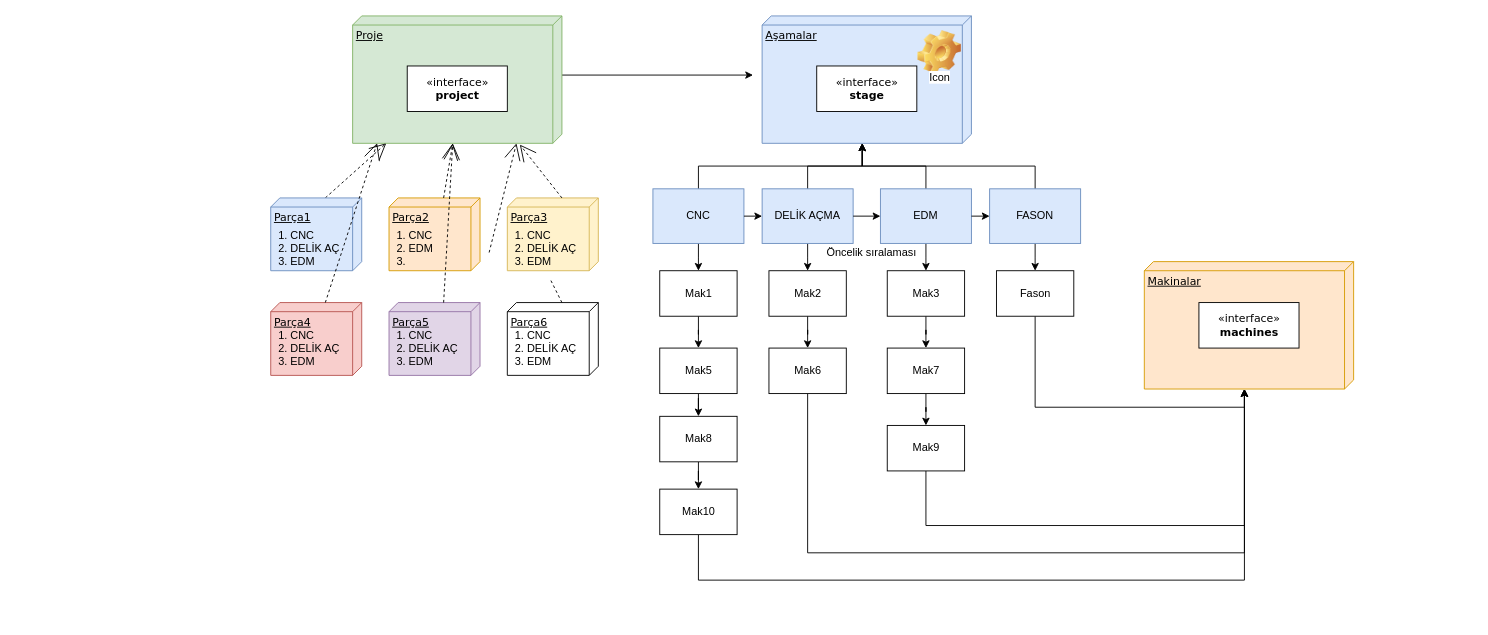
Earlier version of the draw.io diagram Untitled Diagram.drawio (aygunoz/Angular-Plannig-App-All-Frontend). Source tidied: cells renumbered, new cells numbered last; positions are measured from the earlier drawing's top-left corner, leaving out a move shared by most shapes. Both pictures are drawn from the tidied source at 91%, with x=0, y=0 at pixel (252, 15).
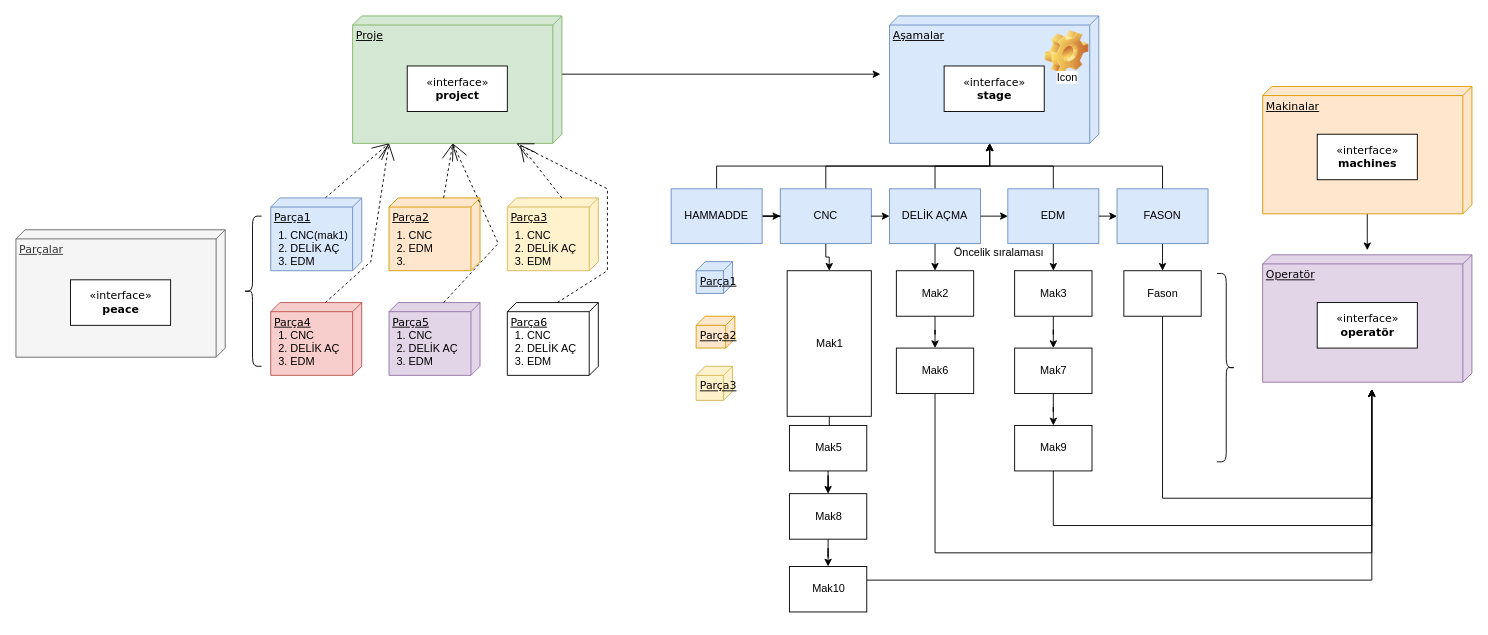
Above is the later version.

The change refers to these unchanged cells:
```xml
<mxCell id="3" value="Proje" style="verticalAlign=top;align=left;spacingTop=8;spacingLeft=2;spacingRight=12;shape=cube;size=10;direction=south;fontStyle=4;html=1;rounded=0;shadow=0;comic=0;labelBackgroundColor=none;strokeWidth=1;fontFamily=Verdana;fontSize=12;fillColor=#d5e8d4;strokeColor=#82b366;" parent="1" vertex="1">
  <mxGeometry x="110" width="230" height="140" as="geometry" />
</mxCell>
<mxCell id="6" value="&lt;div&gt;Parça1&lt;/div&gt;&lt;div&gt;&lt;pre&gt;&lt;br&gt;&lt;/pre&gt;&lt;/div&gt;" style="verticalAlign=top;align=left;spacingTop=8;spacingLeft=2;spacingRight=12;shape=cube;size=10;direction=south;fontStyle=4;html=1;rounded=0;shadow=0;comic=0;labelBackgroundColor=none;strokeWidth=1;fontFamily=Verdana;fontSize=12;fillColor=#dae8fc;strokeColor=#6c8ebf;" parent="1" vertex="1">
  <mxGeometry x="20" y="200" width="100" height="80" as="geometry" />
</mxCell>
<mxCell id="9" value="Parça4" style="verticalAlign=top;align=left;spacingTop=8;spacingLeft=2;spacingRight=12;shape=cube;size=10;direction=south;fontStyle=4;html=1;rounded=0;shadow=0;comic=0;labelBackgroundColor=none;strokeWidth=1;fontFamily=Verdana;fontSize=12;fillColor=#f8cecc;strokeColor=#b85450;" parent="1" vertex="1">
  <mxGeometry x="20" y="315" width="100" height="80" as="geometry" />
</mxCell>
<mxCell id="10" value="Parça5" style="verticalAlign=top;align=left;spacingTop=8;spacingLeft=2;spacingRight=12;shape=cube;size=10;direction=south;fontStyle=4;html=1;rounded=0;shadow=0;comic=0;labelBackgroundColor=none;strokeWidth=1;fontFamily=Verdana;fontSize=12;fillColor=#e1d5e7;strokeColor=#9673a6;" parent="1" vertex="1">
  <mxGeometry x="150" y="315" width="100" height="80" as="geometry" />
</mxCell>
<mxCell id="11" value="Parça6" style="verticalAlign=top;align=left;spacingTop=8;spacingLeft=2;spacingRight=12;shape=cube;size=10;direction=south;fontStyle=4;html=1;rounded=0;shadow=0;comic=0;labelBackgroundColor=none;strokeWidth=1;fontFamily=Verdana;fontSize=12;fillColor=none;" parent="1" vertex="1">
  <mxGeometry x="280" y="315" width="100" height="80" as="geometry" />
</mxCell>
<mxCell id="60" value="&lt;ol&gt;&lt;li&gt;CNC&lt;/li&gt;&lt;li&gt;DELİK AÇ&lt;br&gt;&lt;/li&gt;&lt;li&gt;EDM&lt;br&gt;&lt;/li&gt;&lt;/ol&gt;" style="text;strokeColor=none;fillColor=none;html=1;whiteSpace=wrap;verticalAlign=middle;overflow=hidden;" parent="1" vertex="1">
  <mxGeometry x="260" y="220" width="100" height="70" as="geometry" />
</mxCell>
```

The edit, as a diff of the source:
```diff
@@
     <mxCell id="2" style="edgeStyle=elbowEdgeStyle;rounded=0;jettySize=auto;elbow=vertical;html=1;exitX=0;exitY=0;exitDx=65;exitDy=0;exitPerimeter=0;" parent="1" edge="1" source="3">
       <mxGeometry relative="1" as="geometry">
-        <mxPoint x="550" y="64.4" as="targetPoint" />
+        <mxPoint x="690" y="64" as="targetPoint" />
+        <Array as="points">
+          <mxPoint x="610" y="64" />
+        </Array>
       </mxGeometry>
     </mxCell>
@@
-    <mxCell id="5" style="edgeStyle=none;rounded=0;html=1;dashed=1;labelBackgroundColor=none;startArrow=none;startFill=0;startSize=8;endArrow=open;endFill=0;endSize=16;fontFamily=Verdana;fontSize=12;exitX=0;exitY=0;exitDx=0;exitDy=40;exitPerimeter=0;" parent="1" edge="1" source="6" target="3">
-      <mxGeometry relative="1" as="geometry" />
+    <mxCell id="5" style="edgeStyle=none;rounded=0;html=1;dashed=1;labelBackgroundColor=none;startArrow=none;startFill=0;startSize=8;endArrow=open;endFill=0;endSize=16;fontFamily=Verdana;fontSize=12;exitX=0;exitY=0;exitDx=0;exitDy=40;exitPerimeter=0;" parent="1" edge="1" source="6">
+      <mxGeometry relative="1" as="geometry">
+        <mxPoint x="150" y="140" as="targetPoint" />
+      </mxGeometry>
     </mxCell>
@@
-    <mxCell id="14" style="edgeStyle=none;rounded=0;html=1;dashed=1;labelBackgroundColor=none;startArrow=none;startFill=0;startSize=8;endArrow=open;endFill=0;endSize=16;fontFamily=Verdana;fontSize=12;exitX=0;exitY=0;exitDx=0;exitDy=40;exitPerimeter=0;entryX=0.998;entryY=0.883;entryDx=0;entryDy=0;entryPerimeter=0;" parent="1" edge="1" source="9" target="3">
-      <mxGeometry relative="1" as="geometry" />
+    <mxCell id="14" style="edgeStyle=none;rounded=0;html=1;dashed=1;labelBackgroundColor=none;startArrow=none;startFill=0;startSize=8;endArrow=open;endFill=0;endSize=16;fontFamily=Verdana;fontSize=12;exitX=0;exitY=0;exitDx=0;exitDy=40;exitPerimeter=0;" parent="1" edge="1" source="9">
+      <mxGeometry relative="1" as="geometry">
+        <mxPoint x="150" y="140" as="targetPoint" />
+        <Array as="points">
+          <mxPoint x="130" y="270" />
+        </Array>
+      </mxGeometry>
     </mxCell>
     <mxCell id="15" style="edgeStyle=none;rounded=0;html=1;dashed=1;labelBackgroundColor=none;startArrow=none;startFill=0;startSize=8;endArrow=open;endFill=0;endSize=16;fontFamily=Verdana;fontSize=12;exitX=0;exitY=0;exitDx=0;exitDy=40;exitPerimeter=0;entryX=0;entryY=0;entryDx=140;entryDy=120;entryPerimeter=0;" parent="1" edge="1" source="10" target="3">
-      <mxGeometry relative="1" as="geometry" />
+      <mxGeometry relative="1" as="geometry">
+        <Array as="points">
+          <mxPoint x="270" y="250" />
+        </Array>
+      </mxGeometry>
     </mxCell>
-    <mxCell id="16" style="edgeStyle=none;rounded=0;html=1;dashed=1;labelBackgroundColor=none;startArrow=none;startFill=0;startSize=8;endArrow=open;endFill=0;endSize=16;fontFamily=Verdana;fontSize=12;exitX=0;exitY=0;exitDx=0;exitDy=40;exitPerimeter=0;" parent="1" edge="1" source="60">
+    <mxCell id="16" style="edgeStyle=none;rounded=0;html=1;dashed=1;labelBackgroundColor=none;startArrow=none;startFill=0;startSize=8;endArrow=open;endFill=0;endSize=16;fontFamily=Verdana;fontSize=12;exitX=0;exitY=0;exitDx=0;exitDy=45;exitPerimeter=0;" parent="1" edge="1" source="11">
       <mxGeometry relative="1" as="geometry">
         <mxPoint x="290" y="140" as="targetPoint" />
+        <Array as="points">
+          <mxPoint x="390" y="280" />
+          <mxPoint x="390" y="190" />
+        </Array>
       </mxGeometry>
     </mxCell>
     <mxCell id="17" value="Aşamalar" style="verticalAlign=top;align=left;spacingTop=8;spacingLeft=2;spacingRight=12;shape=cube;size=10;direction=south;fontStyle=4;html=1;rounded=0;shadow=0;comic=0;labelBackgroundColor=none;strokeWidth=1;fontFamily=Verdana;fontSize=12;fillColor=#dae8fc;strokeColor=#6c8ebf;" parent="1" vertex="1">
-      <mxGeometry x="560" width="230" height="140" as="geometry" />
+      <mxGeometry x="700" width="230" height="140" as="geometry" />
     </mxCell>
     <mxCell id="18" value="&lt;div&gt;«interface»&lt;b&gt;&lt;br&gt;&lt;/b&gt;&lt;/div&gt;&lt;div&gt;&lt;b&gt;stage&lt;/b&gt;&lt;/div&gt;" style="html=1;rounded=0;shadow=0;comic=0;labelBackgroundColor=none;strokeWidth=1;fontFamily=Verdana;fontSize=12;align=center;" parent="1" vertex="1">
-      <mxGeometry x="620" y="55" width="110" height="50" as="geometry" />
+      <mxGeometry x="760" y="55" width="110" height="50" as="geometry" />
     </mxCell>
     <mxCell id="19" value="Icon" style="icon;html=1;image=img/clipart/Gear_128x128.png;" parent="1" vertex="1">
-      <mxGeometry x="750" y="30" width="10" height="20" as="geometry" />
+      <mxGeometry x="890" y="30" width="10" height="20" as="geometry" />
     </mxCell>
@@
     <mxCell id="22" value="CNC" style="whiteSpace=wrap;html=1;align=center;verticalAlign=middle;fillColor=#dae8fc;strokeColor=#6c8ebf;" parent="1" vertex="1">
-      <mxGeometry x="440" y="190" width="100" height="60" as="geometry" />
+      <mxGeometry x="580" y="190" width="100" height="60" as="geometry" />
     </mxCell>
@@
     <mxCell id="25" value="DELİK AÇMA" style="whiteSpace=wrap;html=1;align=center;verticalAlign=middle;fillColor=#dae8fc;strokeColor=#6c8ebf;" parent="1" vertex="1">
-      <mxGeometry x="560" y="190" width="100" height="60" as="geometry" />
+      <mxGeometry x="700" y="190" width="100" height="60" as="geometry" />
     </mxCell>
@@
     <mxCell id="28" value="EDM" style="whiteSpace=wrap;html=1;align=center;verticalAlign=middle;fillColor=#dae8fc;strokeColor=#6c8ebf;" parent="1" vertex="1">
-      <mxGeometry x="690" y="190" width="100" height="60" as="geometry" />
+      <mxGeometry x="830" y="190" width="100" height="60" as="geometry" />
     </mxCell>
@@
     <mxCell id="31" value="FASON" style="whiteSpace=wrap;html=1;align=center;verticalAlign=middle;fillColor=#dae8fc;strokeColor=#6c8ebf;" parent="1" vertex="1">
-      <mxGeometry x="810" y="190" width="100" height="60" as="geometry" />
+      <mxGeometry x="950" y="190" width="100" height="60" as="geometry" />
     </mxCell>
@@
     <mxCell id="34" style="endArrow=classic;html=1;rounded=0;exitX=1;exitY=0.5;exitDx=0;exitDy=0;" parent="1" edge="1" source="28">
       <mxGeometry relative="1" as="geometry">
-        <mxPoint x="810" y="220" as="targetPoint" />
+        <mxPoint x="950" y="220" as="targetPoint" />
       </mxGeometry>
     </mxCell>
     <mxCell id="35" value="Öncelik sıralaması" style="text;html=1;align=center;verticalAlign=middle;strokeColor=none;fillColor=none;" parent="1" vertex="1">
-      <mxGeometry x="620" y="250" width="120" height="20" as="geometry" />
+      <mxGeometry x="760" y="250" width="120" height="20" as="geometry" />
     </mxCell>
+    <mxCell id="65" style="edgeStyle=orthogonalEdgeStyle;rounded=0;jettySize=auto;html=1;" parent="1" edge="1" source="36">
+      <mxGeometry relative="1" as="geometry">
+        <mxPoint x="1225" y="257.5" as="targetPoint" />
+      </mxGeometry>
+    </mxCell>
     <mxCell id="36" value="Makinalar" style="verticalAlign=top;align=left;spacingTop=8;spacingLeft=2;spacingRight=12;shape=cube;size=10;direction=south;fontStyle=4;html=1;rounded=0;shadow=0;comic=0;labelBackgroundColor=none;strokeWidth=1;fontFamily=Verdana;fontSize=12;fillColor=#ffe6cc;strokeColor=#d79b00;" parent="1" vertex="1">
-      <mxGeometry x="980" y="270" width="230" height="140" as="geometry" />
+      <mxGeometry x="1110" y="77.5" width="230" height="140" as="geometry" />
     </mxCell>
     <mxCell id="37" value="&lt;div&gt;«interface»&lt;b&gt;&lt;br&gt;&lt;/b&gt;&lt;/div&gt;&lt;div&gt;&lt;b&gt;machines&lt;/b&gt;&lt;/div&gt;" style="html=1;rounded=0;shadow=0;comic=0;labelBackgroundColor=none;strokeWidth=1;fontFamily=Verdana;fontSize=12;align=center;" parent="1" vertex="1">
-      <mxGeometry x="1040" y="315" width="110" height="50" as="geometry" />
+      <mxGeometry x="1170" y="130" width="110" height="50" as="geometry" />
     </mxCell>
@@
     <mxCell id="39" value="Mak1" style="html=1;" parent="1" vertex="1">
-      <mxGeometry x="447.5" y="280" width="85" height="50" as="geometry" />
+      <mxGeometry x="587.5" y="280" width="92.5" height="160" as="geometry" />
     </mxCell>
@@
     <mxCell id="41" value="Mak2" style="html=1;" parent="1" vertex="1">
-      <mxGeometry x="567.5" y="280" width="85" height="50" as="geometry" />
+      <mxGeometry x="707.5" y="280" width="85" height="50" as="geometry" />
     </mxCell>
@@
     <mxCell id="43" value="Mak3" style="html=1;" parent="1" vertex="1">
-      <mxGeometry x="697.5" y="280" width="85" height="50" as="geometry" />
+      <mxGeometry x="837.5" y="280" width="85" height="50" as="geometry" />
     </mxCell>
-    <mxCell id="44" style="edgeStyle=orthogonalEdgeStyle;rounded=0;jettySize=auto;html=1;exitX=0.5;exitY=1;exitDx=0;exitDy=0;entryX=0;entryY=0;entryDx=140;entryDy=120;entryPerimeter=0;" parent="1" edge="1" source="45" target="36">
-      <mxGeometry relative="1" as="geometry" />
+    <mxCell id="44" style="edgeStyle=orthogonalEdgeStyle;rounded=0;jettySize=auto;html=1;exitX=0.5;exitY=1;exitDx=0;exitDy=0;entryX=0;entryY=0;entryDx=140;entryDy=120;entryPerimeter=0;" parent="1" edge="1" source="45">
+      <mxGeometry relative="1" as="geometry">
+        <mxPoint x="1230" y="410" as="targetPoint" />
+        <Array as="points">
+          <mxPoint x="1000" y="530" />
+          <mxPoint x="1230" y="530" />
+        </Array>
+      </mxGeometry>
     </mxCell>
     <mxCell id="45" value="Fason" style="html=1;" parent="1" vertex="1">
-      <mxGeometry x="817.5" y="280" width="85" height="50" as="geometry" />
+      <mxGeometry x="957.5" y="280" width="85" height="50" as="geometry" />
     </mxCell>
-    <mxCell id="46" style="rounded=0;jettySize=auto;html=1;exitX=0.5;exitY=1;exitDx=0;exitDy=0;edgeStyle=elbowEdgeStyle;elbow=vertical;entryX=0;entryY=0;entryDx=140;entryDy=120;entryPerimeter=0;" parent="1" edge="1" source="47" target="36">
+    <mxCell id="46" style="rounded=0;jettySize=auto;html=1;exitX=0.5;exitY=1;exitDx=0;exitDy=0;edgeStyle=elbowEdgeStyle;elbow=vertical;entryX=0;entryY=0;entryDx=140;entryDy=120;entryPerimeter=0;" parent="1" edge="1" source="47">
       <mxGeometry relative="1" as="geometry">
+        <mxPoint x="1230" y="410" as="targetPoint" />
         <Array as="points">
-          <mxPoint x="800" y="590" />
-          <mxPoint x="860" y="630" />
-          <mxPoint x="850" y="600" />
+          <mxPoint x="940" y="590" />
+          <mxPoint x="1000" y="630" />
+          <mxPoint x="990" y="600" />
         </Array>
       </mxGeometry>
     </mxCell>
     <mxCell id="47" value="Mak6" style="html=1;" parent="1" vertex="1">
-      <mxGeometry x="567.5" y="365" width="85" height="50" as="geometry" />
+      <mxGeometry x="707.5" y="365" width="85" height="50" as="geometry" />
     </mxCell>
@@
     <mxCell id="49" value="Mak5" style="html=1;" parent="1" vertex="1">
-      <mxGeometry x="447.5" y="365" width="85" height="50" as="geometry" />
+      <mxGeometry x="590" y="450" width="85" height="50" as="geometry" />
     </mxCell>
@@
     <mxCell id="51" value="Mak8" style="html=1;" parent="1" vertex="1">
-      <mxGeometry x="447.5" y="440" width="85" height="50" as="geometry" />
+      <mxGeometry x="590" y="525" width="85" height="50" as="geometry" />
     </mxCell>
-    <mxCell id="52" style="edgeStyle=elbowEdgeStyle;rounded=0;jettySize=auto;elbow=vertical;html=1;exitX=0.5;exitY=1;exitDx=0;exitDy=0;entryX=0;entryY=0;entryDx=140;entryDy=120;entryPerimeter=0;" parent="1" edge="1" source="53" target="36">
+    <mxCell id="52" style="edgeStyle=elbowEdgeStyle;rounded=0;jettySize=auto;elbow=vertical;html=1;exitX=0.5;exitY=1;exitDx=0;exitDy=0;entryX=0;entryY=0;entryDx=140;entryDy=120;entryPerimeter=0;" parent="1" edge="1" source="53">
       <mxGeometry relative="1" as="geometry">
+        <mxPoint x="1230" y="410" as="targetPoint" />
         <Array as="points">
-          <mxPoint x="780" y="620" />
-          <mxPoint x="780" y="700" />
+          <mxPoint x="920" y="620" />
+          <mxPoint x="920" y="700" />
         </Array>
       </mxGeometry>
     </mxCell>
     <mxCell id="53" value="Mak10" style="html=1;" parent="1" vertex="1">
-      <mxGeometry x="447.5" y="520" width="85" height="50" as="geometry" />
+      <mxGeometry x="590" y="605" width="85" height="50" as="geometry" />
     </mxCell>
@@
     <mxCell id="55" value="Mak7" style="html=1;" parent="1" vertex="1">
-      <mxGeometry x="697.5" y="365" width="85" height="50" as="geometry" />
+      <mxGeometry x="837.5" y="365" width="85" height="50" as="geometry" />
     </mxCell>
-    <mxCell id="56" style="edgeStyle=orthogonalEdgeStyle;rounded=0;jettySize=auto;html=1;exitX=0.5;exitY=1;exitDx=0;exitDy=0;entryX=0;entryY=0;entryDx=140;entryDy=120;entryPerimeter=0;" parent="1" edge="1" source="57" target="36">
+    <mxCell id="56" style="edgeStyle=orthogonalEdgeStyle;rounded=0;jettySize=auto;html=1;exitX=0.5;exitY=1;exitDx=0;exitDy=0;entryX=0;entryY=0;entryDx=140;entryDy=120;entryPerimeter=0;" parent="1" edge="1" source="57">
       <mxGeometry relative="1" as="geometry">
+        <mxPoint x="1230" y="410" as="targetPoint" />
         <Array as="points">
-          <mxPoint x="740" y="560" />
-          <mxPoint x="1090" y="560" />
+          <mxPoint x="880" y="560" />
+          <mxPoint x="1230" y="560" />
         </Array>
       </mxGeometry>
     </mxCell>
     <mxCell id="57" value="Mak9" style="html=1;" parent="1" vertex="1">
-      <mxGeometry x="697.5" y="450" width="85" height="50" as="geometry" />
+      <mxGeometry x="837.5" y="450" width="85" height="50" as="geometry" />
     </mxCell>
-    <mxCell id="58" value="&lt;ol&gt;&lt;li&gt;CNC&lt;/li&gt;&lt;li&gt;DELİK AÇ&lt;br&gt;&lt;/li&gt;&lt;li&gt;EDM&lt;br&gt;&lt;/li&gt;&lt;/ol&gt;" style="text;strokeColor=none;fillColor=none;html=1;whiteSpace=wrap;verticalAlign=middle;overflow=hidden;" parent="1" vertex="1">
-      <mxGeometry y="220" width="100" height="70" as="geometry" />
+    <mxCell id="58" value="&lt;ol&gt;&lt;li&gt;CNC(mak1)&lt;/li&gt;&lt;li&gt;DELİK AÇ&lt;br&gt;&lt;/li&gt;&lt;li&gt;EDM&lt;br&gt;&lt;/li&gt;&lt;/ol&gt;" style="text;strokeColor=none;fillColor=none;html=1;whiteSpace=wrap;verticalAlign=middle;overflow=hidden;" parent="1" vertex="1">
+      <mxGeometry y="220" width="110" height="70" as="geometry" />
     </mxCell>
@@
-    <mxCell id="61" style="edgeStyle=none;rounded=0;html=1;dashed=1;labelBackgroundColor=none;startArrow=none;startFill=0;startSize=8;endArrow=none;endFill=0;endSize=16;fontFamily=Verdana;fontSize=12;exitX=0;exitY=0;exitDx=0;exitDy=40;exitPerimeter=0;" parent="1" edge="1" source="11" target="60">
-      <mxGeometry relative="1" as="geometry" />
-    </mxCell>
@@
+    <mxCell id="66" style="shape=curlyBracket;whiteSpace=wrap;html=1;rounded=1;" parent="1" vertex="1">
+      <mxGeometry x="-10" y="220" width="20" height="165" as="geometry" />
+    </mxCell>
+    <mxCell id="67" value="Parçalar" style="verticalAlign=top;align=left;spacingTop=8;spacingLeft=2;spacingRight=12;shape=cube;size=10;direction=south;fontStyle=4;html=1;rounded=0;shadow=0;comic=0;labelBackgroundColor=none;strokeWidth=1;fontFamily=Verdana;fontSize=12;fillColor=#f5f5f5;strokeColor=#666666;fontColor=#333333;" parent="1" vertex="1">
+      <mxGeometry x="-260" y="235" width="230" height="140" as="geometry" />
+    </mxCell>
+    <mxCell id="68" value="&lt;div&gt;«interface»&lt;b&gt;&lt;br&gt;&lt;/b&gt;&lt;/div&gt;&lt;div&gt;&lt;b&gt;peace&lt;/b&gt;&lt;/div&gt;" style="html=1;rounded=0;shadow=0;comic=0;labelBackgroundColor=none;strokeWidth=1;fontFamily=Verdana;fontSize=12;align=center;" parent="1" vertex="1">
+      <mxGeometry x="-200" y="290" width="110" height="50" as="geometry" />
+    </mxCell>
+    <mxCell id="69" value="&lt;div&gt;Parça1&lt;/div&gt;&lt;div&gt;&lt;pre&gt;&lt;br&gt;&lt;/pre&gt;&lt;/div&gt;" style="verticalAlign=top;align=left;spacingTop=8;spacingLeft=2;spacingRight=12;shape=cube;size=10;direction=south;fontStyle=4;html=1;rounded=0;shadow=0;comic=0;labelBackgroundColor=none;strokeWidth=1;fontFamily=Verdana;fontSize=12;fillColor=#dae8fc;strokeColor=#6c8ebf;" parent="1" vertex="1">
+      <mxGeometry x="487.5" y="270" width="40" height="35" as="geometry" />
+    </mxCell>
+    <mxCell id="70" value="Parça2" style="verticalAlign=top;align=left;spacingTop=8;spacingLeft=2;spacingRight=12;shape=cube;size=10;direction=south;fontStyle=4;html=1;rounded=0;shadow=0;comic=0;labelBackgroundColor=none;strokeWidth=1;fontFamily=Verdana;fontSize=12;fillColor=#ffe6cc;strokeColor=#d79b00;" parent="1" vertex="1">
+      <mxGeometry x="487.5" y="330" width="42.5" height="35" as="geometry" />
+    </mxCell>
+    <mxCell id="71" style="edgeStyle=orthogonalEdgeStyle;rounded=0;jettySize=auto;html=1;entryX=0;entryY=0.5;entryDx=0;entryDy=0;" parent="1" edge="1" source="73" target="22">
+      <mxGeometry relative="1" as="geometry" />
+    </mxCell>
+    <mxCell id="72" style="edgeStyle=orthogonalEdgeStyle;rounded=0;jettySize=auto;html=1;exitX=0.5;exitY=0;exitDx=0;exitDy=0;entryX=0;entryY=0;entryDx=140;entryDy=120.00000000000001;entryPerimeter=0;" parent="1" edge="1" source="73" target="17">
+      <mxGeometry relative="1" as="geometry" />
+    </mxCell>
+    <mxCell id="73" value="HAMMADDE" style="whiteSpace=wrap;html=1;align=center;verticalAlign=middle;fillColor=#dae8fc;strokeColor=#6c8ebf;" parent="1" vertex="1">
+      <mxGeometry x="460" y="190" width="100" height="60" as="geometry" />
+    </mxCell>
+    <mxCell id="74" value="Operatör" style="verticalAlign=top;align=left;spacingTop=8;spacingLeft=2;spacingRight=12;shape=cube;size=10;direction=south;fontStyle=4;html=1;rounded=0;shadow=0;comic=0;labelBackgroundColor=none;strokeWidth=1;fontFamily=Verdana;fontSize=12;fillColor=#e1d5e7;strokeColor=#9673a6;" parent="1" vertex="1">
+      <mxGeometry x="1110" y="262.5" width="230" height="140" as="geometry" />
+    </mxCell>
+    <mxCell id="75" style="shape=curlyBracket;whiteSpace=wrap;html=1;rounded=1;flipH=1;" parent="1" vertex="1">
+      <mxGeometry x="1060" y="283" width="20" height="207" as="geometry" />
+    </mxCell>
+    <mxCell id="76" value="&lt;div&gt;«interface»&lt;b&gt;&lt;br&gt;&lt;/b&gt;&lt;/div&gt;&lt;div&gt;&lt;b&gt;operatör&lt;/b&gt;&lt;/div&gt;" style="html=1;rounded=0;shadow=0;comic=0;labelBackgroundColor=none;strokeWidth=1;fontFamily=Verdana;fontSize=12;align=center;" parent="1" vertex="1">
+      <mxGeometry x="1170" y="315" width="110" height="50" as="geometry" />
+    </mxCell>
+    <mxCell id="77" value="Parça3" style="verticalAlign=top;align=left;spacingTop=8;spacingLeft=2;spacingRight=12;shape=cube;size=10;direction=south;fontStyle=4;html=1;rounded=0;shadow=0;comic=0;labelBackgroundColor=none;strokeWidth=1;fontFamily=Verdana;fontSize=12;fillColor=#fff2cc;strokeColor=#d6b656;" parent="1" vertex="1">
+      <mxGeometry x="487.5" y="385" width="40" height="37.5" as="geometry" />
+    </mxCell>
```
